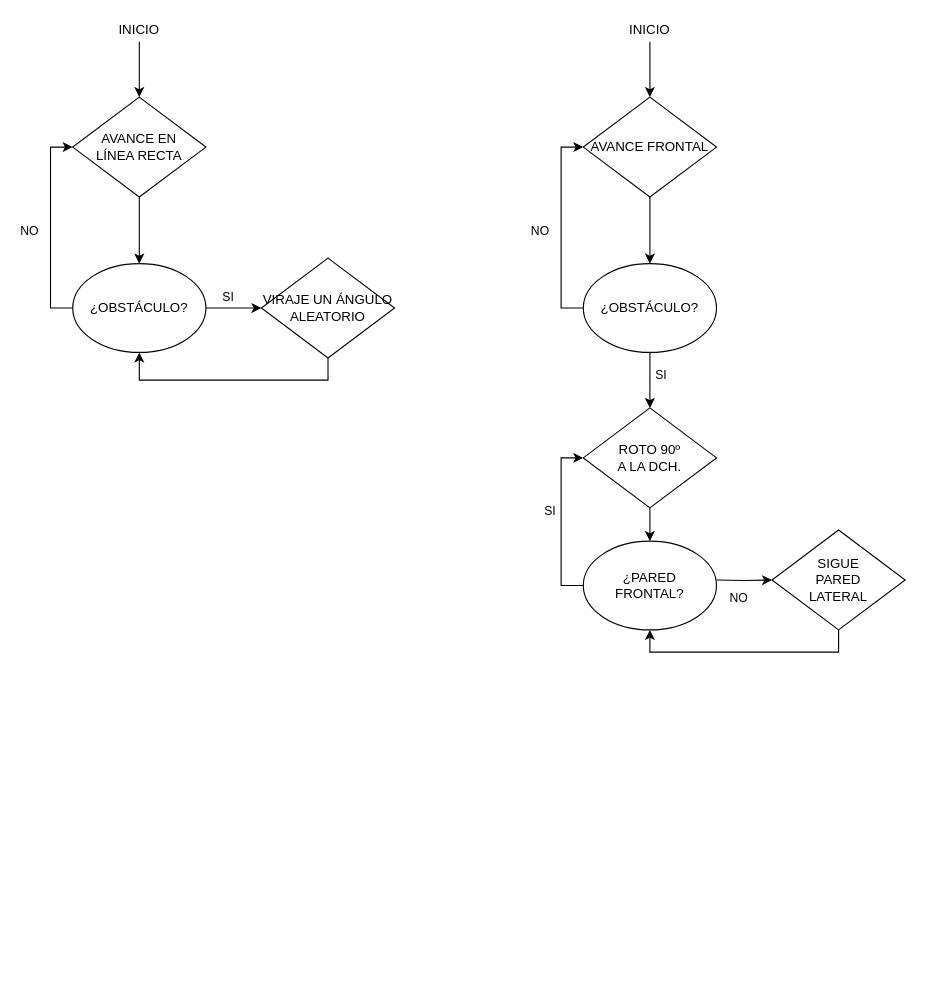
pariaspe/ttb-slam keeps this draw.io diagram as page "Page-5" (5 of 5) of assets/Untitled Diagram.drawio. Above is the earlier version. Source tidied: cells renumbered, new cells numbered last; positions are measured from the earlier drawing's top-left corner, leaving out a move shared by most shapes. Both pictures are drawn from the tidied source at 111%, with x=0, y=0 at pixel (72, 19).
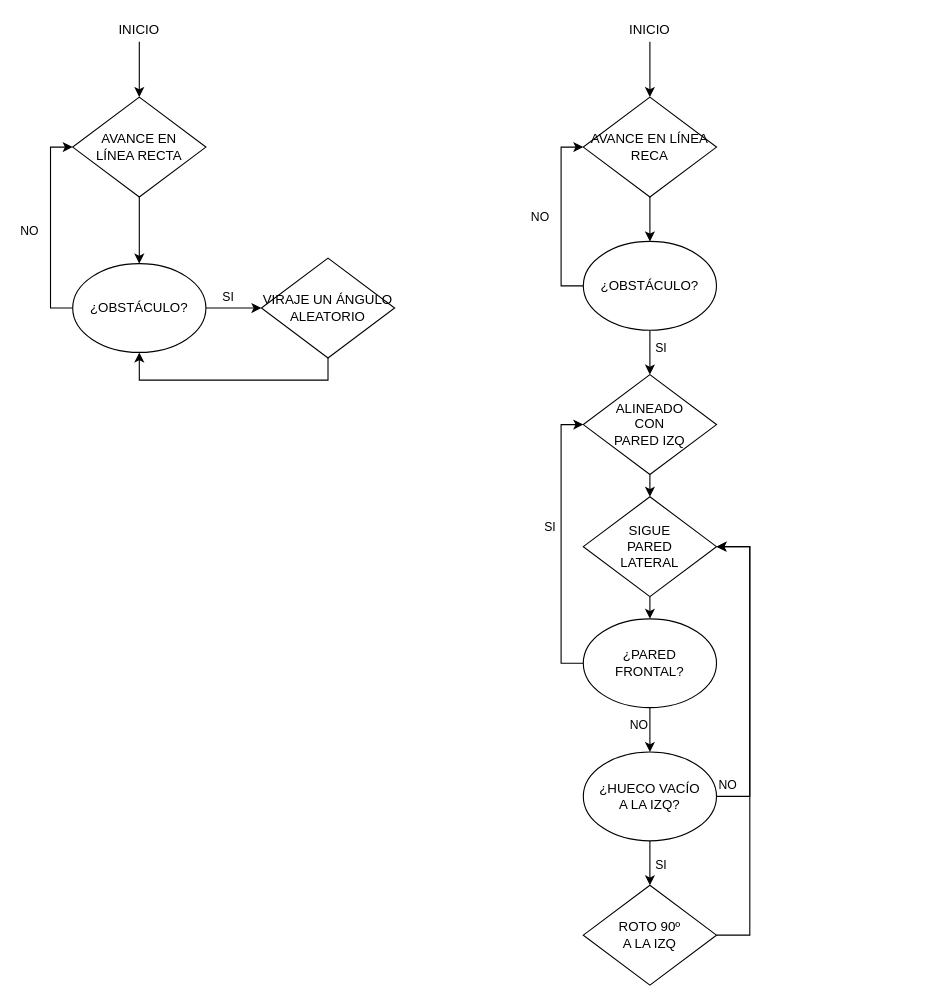
The same diagram, later.

The edit, as a diff of the source:
```diff
@@
-    <mxCell id="12" style="edgeStyle=orthogonalEdgeStyle;rounded=0;jettySize=auto;html=1;exitX=0.5;exitY=1;exitDx=0;exitDy=0;entryX=0.5;entryY=1;entryDx=0;entryDy=0;" parent="1" edge="1" source="13" target="17">
-      <mxGeometry relative="1" as="geometry" />
-    </mxCell>
-    <mxCell id="13" value="&lt;div&gt;SIGUE&lt;/div&gt;&lt;div&gt;PARED&lt;br&gt;&lt;/div&gt;&lt;div&gt;LATERAL&lt;br&gt;&lt;/div&gt;" style="rhombus;whiteSpace=wrap;html=1;" parent="1" vertex="1">
-      <mxGeometry x="630" y="460" width="120" height="90" as="geometry" />
-    </mxCell>
-    <mxCell id="14" style="edgeStyle=orthogonalEdgeStyle;rounded=0;jettySize=auto;html=1;entryX=0;entryY=0.5;entryDx=0;entryDy=0;" parent="1" edge="1" target="13">
-      <mxGeometry relative="1" as="geometry">
-        <mxPoint x="580" y="505" as="sourcePoint" />
-      </mxGeometry>
-    </mxCell>
-    <mxCell id="15" value="NO" style="edgeLabel;html=1;align=center;verticalAlign=middle;" parent="14" vertex="1">
-      <mxGeometry x="-0.29" y="-3" relative="1" as="geometry">
-        <mxPoint x="2" y="12" as="offset" />
-      </mxGeometry>
-    </mxCell>
@@
+    <mxCell id="28" value="NO" style="edgeStyle=orthogonalEdgeStyle;rounded=0;jettySize=auto;html=1;exitX=0.5;exitY=1;exitDx=0;exitDy=0;" parent="1" edge="1" source="17" target="32">
+      <mxGeometry x="-0.2" y="-10" relative="1" as="geometry" />
+    </mxCell>
     <mxCell id="17" value="&lt;div&gt;¿PARED&lt;/div&gt;&lt;div&gt;FRONTAL?&lt;/div&gt;" style="ellipse;whiteSpace=wrap;html=1;" parent="1" vertex="1">
-      <mxGeometry x="460" y="470" width="120" height="80" as="geometry" />
+      <mxGeometry x="460" y="540" width="120" height="80" as="geometry" />
     </mxCell>
-    <mxCell id="18" style="edgeStyle=orthogonalEdgeStyle;rounded=0;jettySize=auto;html=1;entryX=0.5;entryY=0;entryDx=0;entryDy=0;exitX=0.5;exitY=1;exitDx=0;exitDy=0;" parent="1" edge="1" source="19" target="17">
-      <mxGeometry relative="1" as="geometry" />
-    </mxCell>
+    <mxCell id="29" style="edgeStyle=orthogonalEdgeStyle;rounded=0;jettySize=auto;html=1;exitX=0.5;exitY=1;exitDx=0;exitDy=0;entryX=0.5;entryY=0;entryDx=0;entryDy=0;" parent="1" edge="1" source="19" target="13">
+      <mxGeometry relative="1" as="geometry" />
+    </mxCell>
-    <mxCell id="19" value="&lt;div&gt;ROTO 90º&lt;/div&gt;&lt;div&gt;A LA DCH.&lt;br&gt;&lt;/div&gt;" style="rhombus;whiteSpace=wrap;html=1;" parent="1" vertex="1">
-      <mxGeometry x="460" y="350" width="120" height="90" as="geometry" />
+    <mxCell id="19" value="&lt;div&gt;ALINEADO &lt;br&gt;&lt;/div&gt;&lt;div&gt;CON &lt;br&gt;&lt;/div&gt;&lt;div&gt;PARED IZQ&lt;/div&gt;" style="rhombus;whiteSpace=wrap;html=1;" parent="1" vertex="1">
+      <mxGeometry x="460" y="320" width="120" height="90" as="geometry" />
     </mxCell>
@@
-    <mxCell id="21" value="AVANCE FRONTAL" style="rhombus;whiteSpace=wrap;html=1;" parent="1" vertex="1">
+    <mxCell id="21" value="AVANCE EN LÍNEA RECA" style="rhombus;whiteSpace=wrap;html=1;" parent="1" vertex="1">
       <mxGeometry x="460" y="70" width="120" height="90" as="geometry" />
     </mxCell>
@@
     <mxCell id="27" value="¿OBSTÁCULO?" style="ellipse;whiteSpace=wrap;html=1;" parent="1" vertex="1">
-      <mxGeometry x="460" y="220" width="120" height="80" as="geometry" />
+      <mxGeometry x="460" y="200" width="120" height="80" as="geometry" />
     </mxCell>
+    <mxCell id="30" value="NO" style="edgeStyle=orthogonalEdgeStyle;rounded=0;jettySize=auto;html=1;exitX=1;exitY=0.5;exitDx=0;exitDy=0;entryX=1;entryY=0.5;entryDx=0;entryDy=0;" parent="1" edge="1" source="32" target="13">
+      <mxGeometry x="-0.93" y="10" relative="1" as="geometry">
+        <Array as="points">
+          <mxPoint x="610" y="700" />
+          <mxPoint x="610" y="475" />
+        </Array>
+      </mxGeometry>
+    </mxCell>
+    <mxCell id="31" value="SI" style="edgeStyle=orthogonalEdgeStyle;rounded=0;jettySize=auto;html=1;exitX=0.5;exitY=1;exitDx=0;exitDy=0;" parent="1" edge="1" source="32">
+      <mxGeometry x="0.1" y="10" relative="1" as="geometry">
+        <mxPoint x="520" y="780" as="targetPoint" />
+      </mxGeometry>
+    </mxCell>
+    <mxCell id="32" value="&lt;div&gt;¿HUECO VACÍO&lt;/div&gt;&lt;div&gt; A LA IZQ?&lt;/div&gt;" style="ellipse;whiteSpace=wrap;html=1;" parent="1" vertex="1">
+      <mxGeometry x="460" y="660" width="120" height="80" as="geometry" />
+    </mxCell>
+    <mxCell id="33" style="edgeStyle=orthogonalEdgeStyle;rounded=0;jettySize=auto;html=1;exitX=1;exitY=0.5;exitDx=0;exitDy=0;entryX=1;entryY=0.5;entryDx=0;entryDy=0;" parent="1" edge="1" source="34" target="13">
+      <mxGeometry relative="1" as="geometry">
+        <Array as="points">
+          <mxPoint x="610" y="825" />
+          <mxPoint x="610" y="475" />
+        </Array>
+      </mxGeometry>
+    </mxCell>
+    <mxCell id="34" value="&lt;div&gt;ROTO 90º&lt;/div&gt;&lt;div&gt;A LA IZQ&lt;br&gt;&lt;/div&gt;" style="rhombus;whiteSpace=wrap;html=1;" parent="1" vertex="1">
+      <mxGeometry x="460" y="780" width="120" height="90" as="geometry" />
+    </mxCell>
+    <mxCell id="12" style="edgeStyle=orthogonalEdgeStyle;rounded=0;jettySize=auto;html=1;exitX=0.5;exitY=1;exitDx=0;exitDy=0;entryX=0.5;entryY=0;entryDx=0;entryDy=0;" parent="1" edge="1" source="13" target="17">
+      <mxGeometry relative="1" as="geometry" />
+    </mxCell>
+    <mxCell id="13" value="&lt;div&gt;SIGUE&lt;/div&gt;&lt;div&gt;PARED&lt;br&gt;&lt;/div&gt;&lt;div&gt;LATERAL&lt;br&gt;&lt;/div&gt;" style="rhombus;whiteSpace=wrap;html=1;" parent="1" vertex="1">
+      <mxGeometry x="460" y="430" width="120" height="90" as="geometry" />
+    </mxCell>
```
